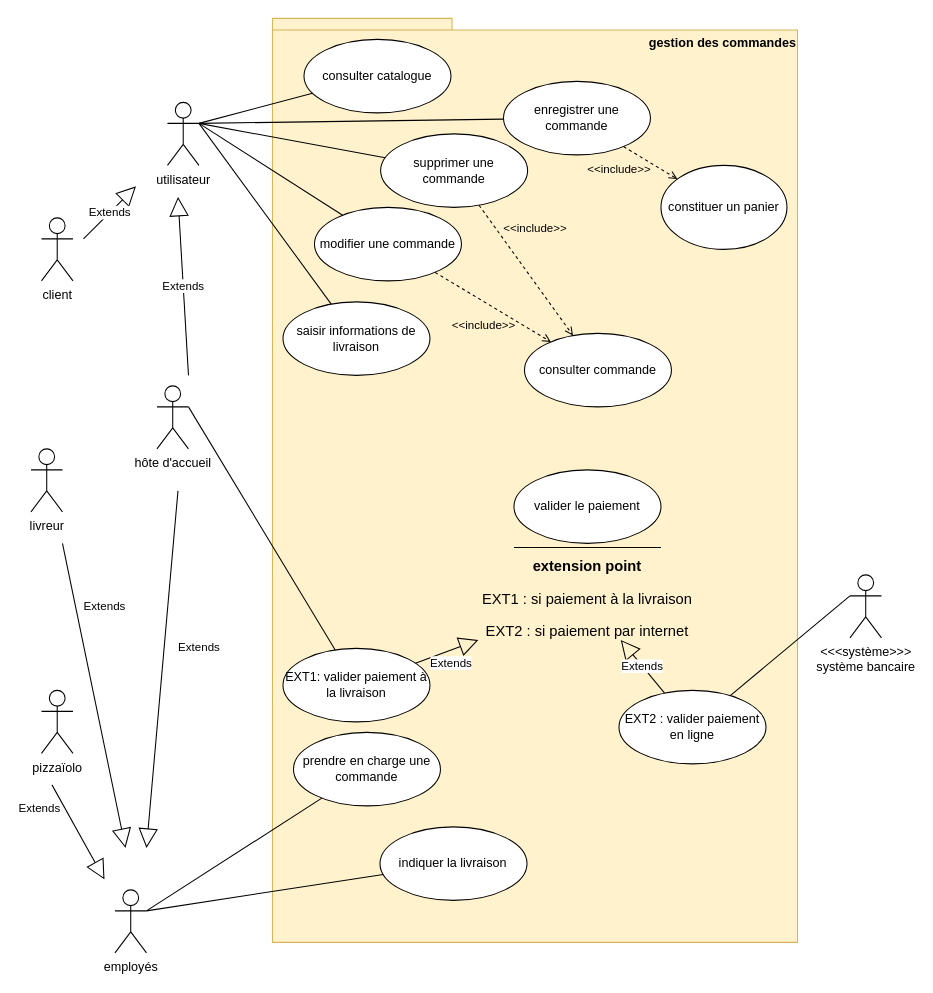
Above: page "package-Commande" (3 of 7) of diagrammes.drawio in remace/OC-P4-UML_Pizzeria (draw.io), before the change. Source tidied: cells renumbered, new cells numbered last; positions are measured from the earlier drawing's top-left corner, leaving out a move shared by most shapes. Both pictures are drawn from the tidied source at 105%, with x=0, y=0 at pixel (30, 18).
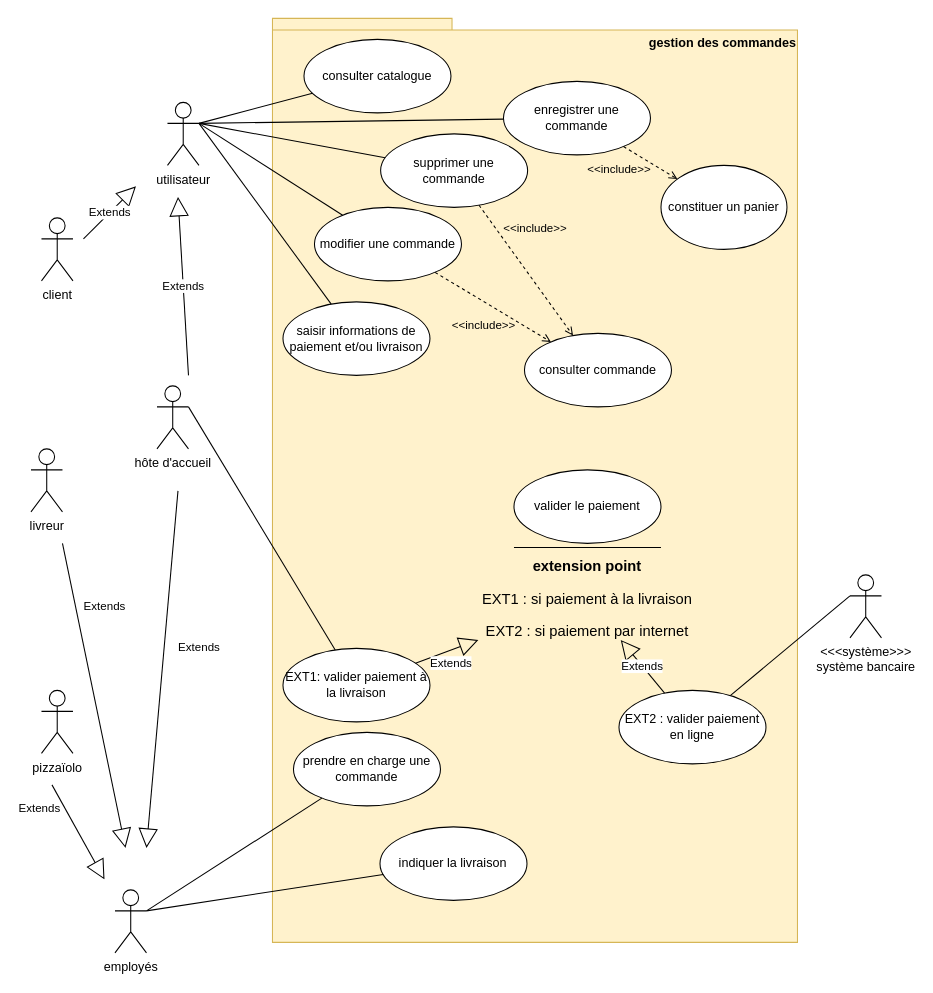
After the change.

Change to the diagram source:
```diff
@@
-    <mxCell id="34" value="&lt;div&gt;&lt;span&gt;saisir informations de livraison&lt;/span&gt;&lt;br&gt;&lt;/div&gt;" style="ellipse;whiteSpace=wrap;html=1;align=center;" parent="1" vertex="1">
+    <mxCell id="34" value="&lt;div&gt;&lt;span&gt;saisir informations de paiement et/ou livraison&lt;/span&gt;&lt;br&gt;&lt;/div&gt;" style="ellipse;whiteSpace=wrap;html=1;align=center;" parent="1" vertex="1">
       <mxGeometry x="240" y="270" width="140" height="70" as="geometry" />
     </mxCell>
```
